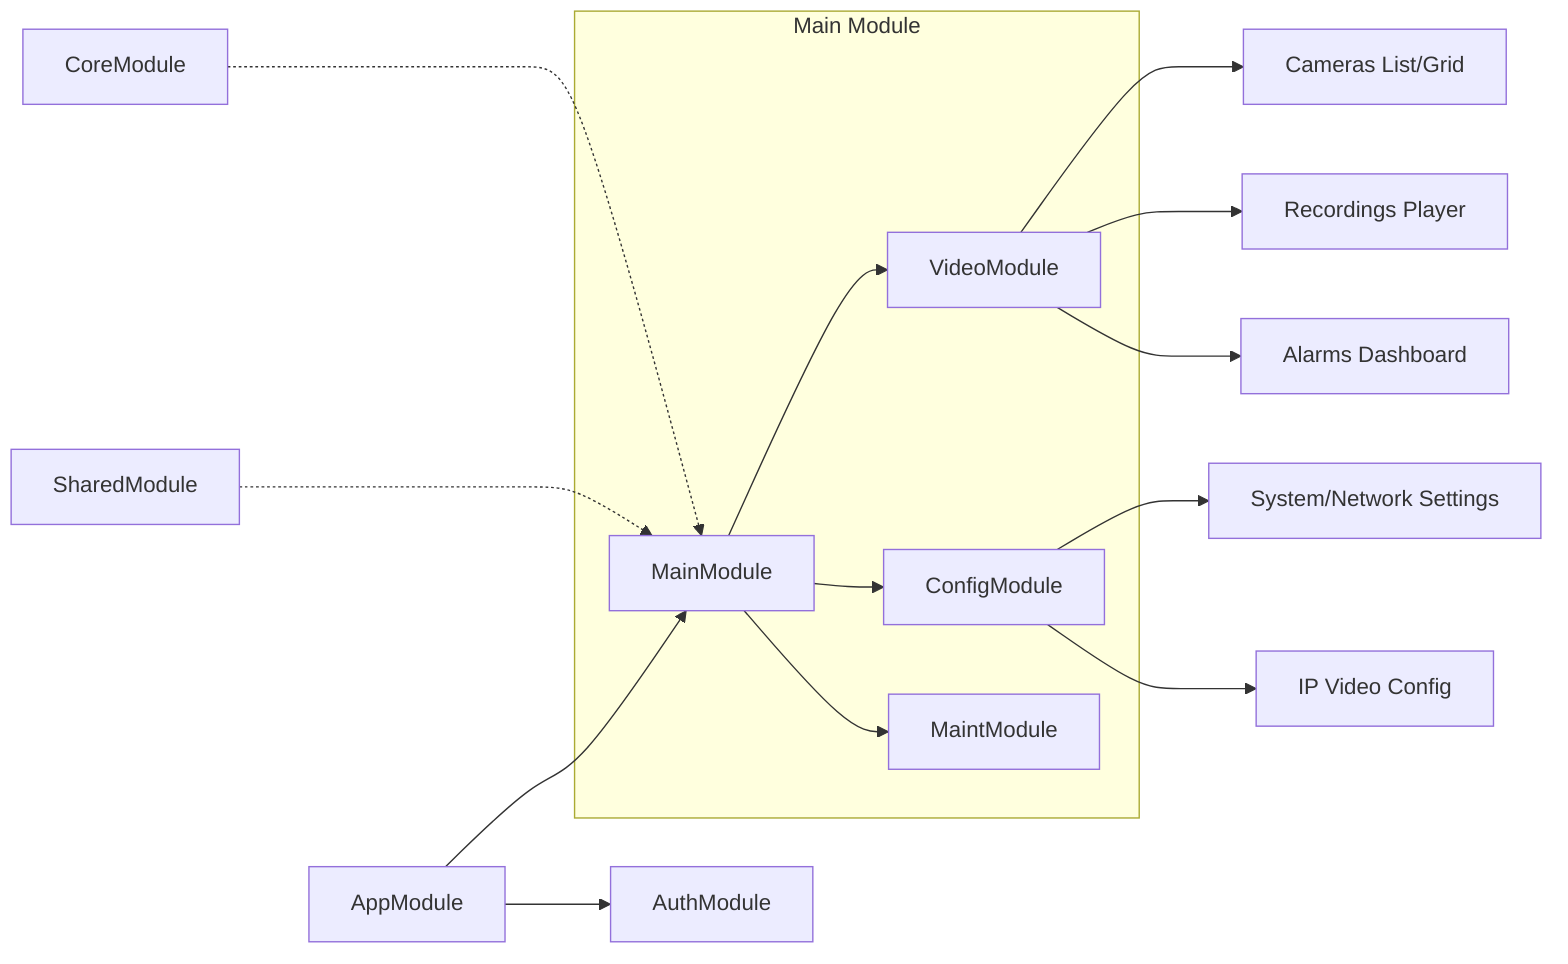
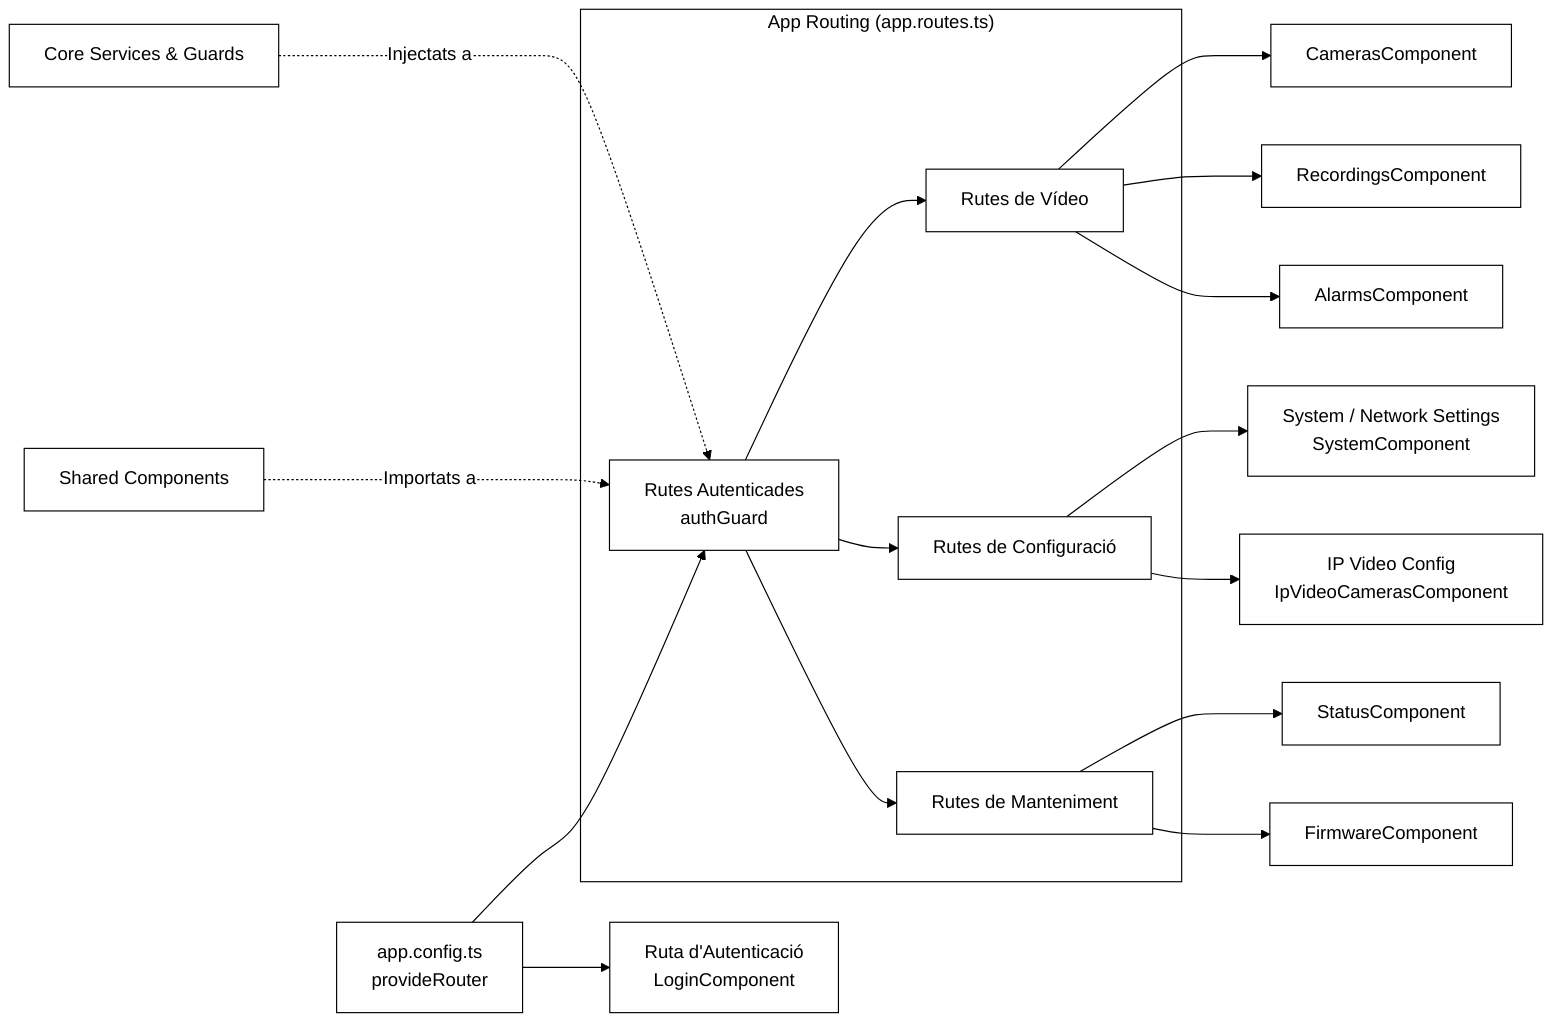
+ %%{init: {
+  'theme': 'base',
+  'themeVariables': {
+    'background': '#ffffff',
+    'primaryColor': '#ffffff',
+    'primaryTextColor': '#000000',
+    'primaryBorderColor': '#000000',
+    'lineColor': '#000000',
+    'secondaryColor': '#ffffff',
+    'tertiaryColor': '#ffffff'
+  },
+  'themeCSS': '.node rect, .node circle, .node polygon, .node path, .cluster rect { stroke: #000000 !important; stroke-width: 1px !important; filter: none !important; box-shadow: none !important; } .label { color: #000000 !important; }'
+ }}%%
+ 
graph LR
-     CoreModule -..-> MainModule
-     SharedModule -..-> MainModule
+    Core[Core Services & Guards] -..->|Injectats a| MainRoutes
+    Shared[Shared Components] -..->|Importats a| MainRoutes

-     subgraph MainMod["Main Module"]
-         MainModule[MainModule]
-         VideoModule[VideoModule]
-         ConfigModule[ConfigModule]
-         MaintModule[MaintModule]
+    subgraph Routing["App Routing (app.routes.ts)"]
+        MainRoutes[Rutes Autenticades\nauthGuard]
+        VideoSection[Rutes de Vídeo]
+        ConfigSection[Rutes de Configuració]
+        MaintSection[Rutes de Manteniment]

-         MainModule --> VideoModule
-         MainModule --> ConfigModule
-         MainModule --> MaintModule
-     end
+        MainRoutes --> VideoSection
+        MainRoutes --> ConfigSection
+        MainRoutes --> MaintSection
+    end

-     AppModule --> AuthModule
-     AppModule --> MainModule
+    AppConfig[app.config.ts\nprovideRouter] --> LoginRoute[Ruta d'Autenticació\nLoginComponent]
+    AppConfig --> MainRoutes

-     VideoModule --> CamerasGrid[Cameras List/Grid]
-     VideoModule --> RecPlayer[Recordings Player]
-     VideoModule --> AlarmsDash[Alarms Dashboard]
-     ConfigModule --> SysNet[System/Network Settings]
-     ConfigModule --> IPConfig[IP Video Config]
+    VideoSection --> CamerasGrid[CamerasComponent]
+    VideoSection --> RecPlayer[RecordingsComponent]
+    VideoSection --> AlarmsDash[AlarmsComponent]
+ 
+    ConfigSection --> SysNet[System / Network Settings\nSystemComponent]
+    ConfigSection --> IPConfig[IP Video Config\nIpVideoCamerasComponent]
+ 
+    MaintSection --> MaintStatus[StatusComponent]
+    MaintSection --> MaintFirmware[FirmwareComponent]
+ 
+ 
